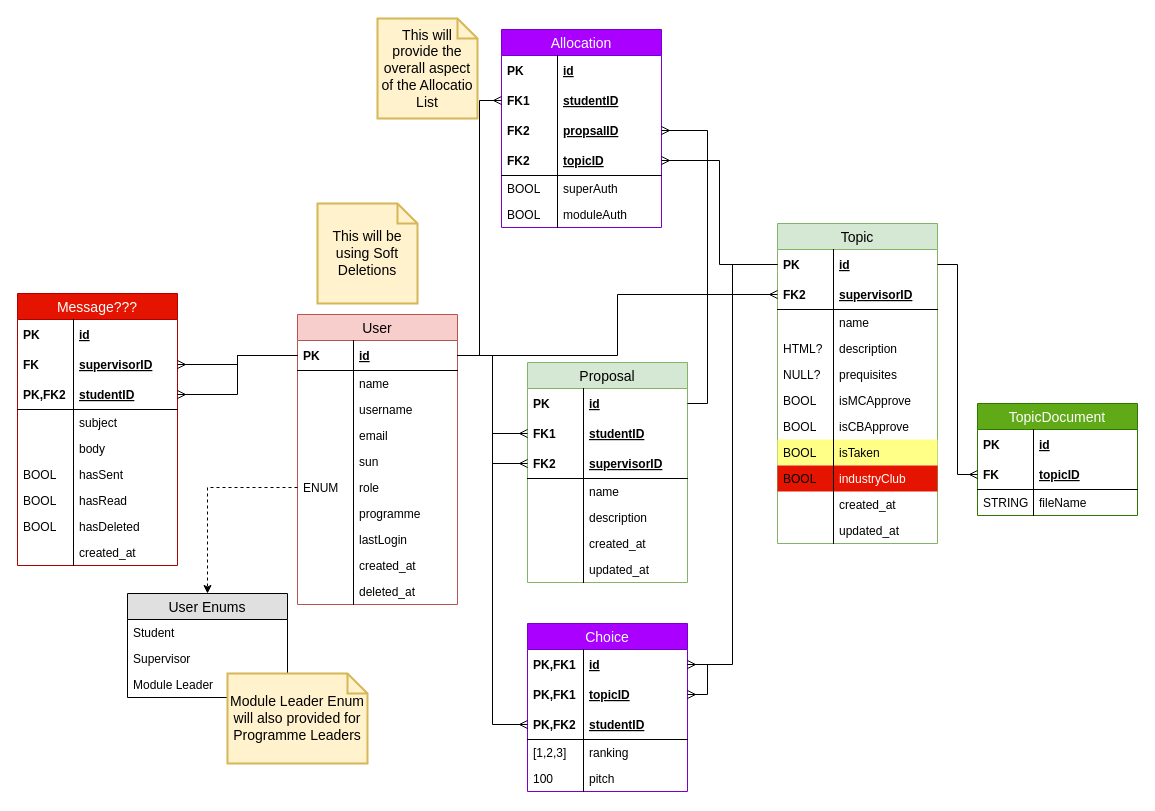
This is DB Diagram.drawio from kkgm13/fypallocsys, a draw.io file, before an edit. Source tidied: cells renumbered, new cells numbered last; positions are measured from the earlier drawing's top-left corner, leaving out a move shared by most shapes. Both pictures are drawn from the tidied source at 100%, with x=0, y=0 at pixel (17, 18).
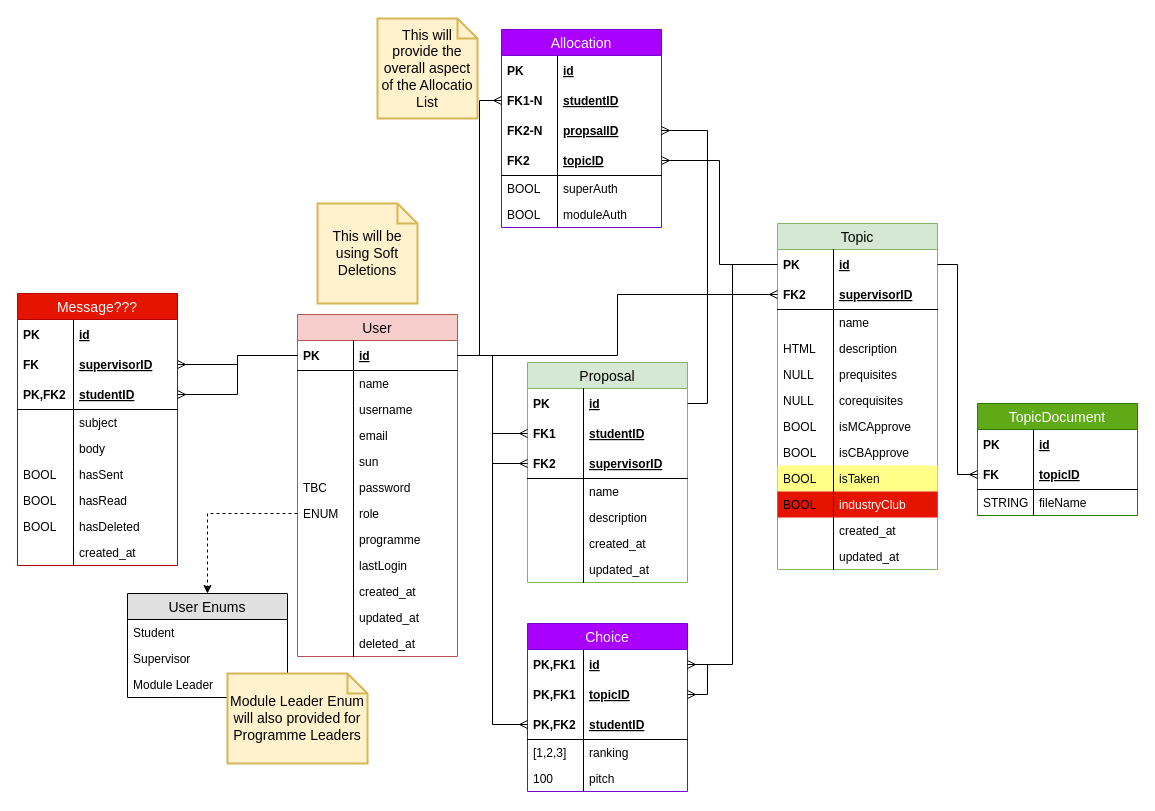
Above is the later version.

Unchanged cells that the change refers to:
```xml
<mxCell id="30" value="description" style="shape=partialRectangle;top=0;left=0;right=0;bottom=0;align=left;verticalAlign=top;fillColor=none;spacingLeft=60;spacingRight=4;overflow=hidden;fontSize=12;" parent="23" vertex="1">
  <mxGeometry y="112" width="160" height="26" as="geometry" />
</mxCell>
<mxCell id="32" value="prequisites" style="shape=partialRectangle;top=0;left=0;right=0;bottom=0;align=left;verticalAlign=top;fillColor=none;spacingLeft=60;spacingRight=4;overflow=hidden;fontSize=12;" parent="23" vertex="1">
  <mxGeometry y="138" width="160" height="26" as="geometry" />
</mxCell>
<mxCell id="50" value="studentID" style="shape=partialRectangle;top=0;left=0;right=0;bottom=0;align=left;verticalAlign=middle;fillColor=none;spacingLeft=60;spacingRight=4;overflow=hidden;points=[[0,0.5],[1,0.5]];portConstraint=eastwest;fontStyle=5;fontSize=12;" parent="47" vertex="1">
  <mxGeometry y="56" width="160" height="30" as="geometry" />
</mxCell>
<mxCell id="52" value="propsalID" style="shape=partialRectangle;top=0;left=0;right=0;bottom=0;align=left;verticalAlign=middle;fillColor=none;spacingLeft=60;spacingRight=4;overflow=hidden;points=[[0,0.5],[1,0.5]];portConstraint=eastwest;fontStyle=5;fontSize=12;" parent="47" vertex="1">
  <mxGeometry y="86" width="160" height="30" as="geometry" />
</mxCell>
```

Diff of the diagram source:
```diff
@@
     <mxCell id="2" value="User" style="swimlane;fontStyle=0;horizontal=1;startSize=26;fillColor=#f8cecc;swimlaneFillColor=#ffffff;align=center;fontSize=14;strokeColor=#b85450;" parent="1" vertex="1">
-      <mxGeometry x="280" y="296" width="160" height="290" as="geometry" />
+      <mxGeometry x="280" y="296" width="160" height="342" as="geometry" />
     </mxCell>
@@
+    <mxCell id="131" value="password" style="shape=partialRectangle;top=0;left=0;right=0;bottom=0;align=left;verticalAlign=top;fillColor=none;spacingLeft=60;spacingRight=4;overflow=hidden;fontSize=12;" parent="2" vertex="1">
+      <mxGeometry y="160" width="160" height="26" as="geometry" />
+    </mxCell>
+    <mxCell id="132" value="TBC" style="shape=partialRectangle;top=0;left=0;bottom=0;fillColor=none;align=left;verticalAlign=top;spacingLeft=4;spacingRight=4;overflow=hidden;fontSize=12;" parent="131" vertex="1">
+      <mxGeometry width="56" height="26" as="geometry" />
+    </mxCell>
     <mxCell id="13" value="role" style="shape=partialRectangle;top=0;left=0;right=0;bottom=0;align=left;verticalAlign=top;fillColor=none;spacingLeft=60;spacingRight=4;overflow=hidden;points=[[0,0.5],[1,0.5]];portConstraint=eastwest;fontSize=12;" parent="2" vertex="1">
-      <mxGeometry y="160" width="160" height="26" as="geometry" />
+      <mxGeometry y="186" width="160" height="26" as="geometry" />
     </mxCell>
@@
     <mxCell id="15" value="programme" style="shape=partialRectangle;top=0;left=0;right=0;bottom=0;align=left;verticalAlign=top;fillColor=none;spacingLeft=60;spacingRight=4;overflow=hidden;fontSize=12;" parent="2" vertex="1">
-      <mxGeometry y="186" width="160" height="26" as="geometry" />
+      <mxGeometry y="212" width="160" height="26" as="geometry" />
     </mxCell>
@@
     <mxCell id="17" value="lastLogin" style="shape=partialRectangle;top=0;left=0;right=0;bottom=0;align=left;verticalAlign=top;fillColor=none;spacingLeft=60;spacingRight=4;overflow=hidden;fontSize=12;" parent="2" vertex="1">
-      <mxGeometry y="212" width="160" height="26" as="geometry" />
+      <mxGeometry y="238" width="160" height="26" as="geometry" />
     </mxCell>
@@
     <mxCell id="19" value="created_at" style="shape=partialRectangle;top=0;left=0;right=0;bottom=0;align=left;verticalAlign=top;fillColor=none;spacingLeft=60;spacingRight=4;overflow=hidden;fontSize=12;" parent="2" vertex="1">
-      <mxGeometry y="238" width="160" height="26" as="geometry" />
+      <mxGeometry y="264" width="160" height="26" as="geometry" />
     </mxCell>
@@
+    <mxCell id="133" value="updated_at" style="shape=partialRectangle;top=0;left=0;right=0;bottom=0;align=left;verticalAlign=top;fillColor=none;spacingLeft=60;spacingRight=4;overflow=hidden;fontSize=12;" parent="2" vertex="1">
+      <mxGeometry y="290" width="160" height="26" as="geometry" />
+    </mxCell>
+    <mxCell id="134" style="shape=partialRectangle;top=0;left=0;bottom=0;fillColor=none;align=left;verticalAlign=top;spacingLeft=4;spacingRight=4;overflow=hidden;fontSize=12;" parent="133" vertex="1">
+      <mxGeometry width="56" height="26" as="geometry" />
+    </mxCell>
     <mxCell id="21" value="deleted_at" style="shape=partialRectangle;top=0;left=0;right=0;bottom=0;align=left;verticalAlign=top;fillColor=none;spacingLeft=60;spacingRight=4;overflow=hidden;fontSize=12;" parent="2" vertex="1">
-      <mxGeometry y="264" width="160" height="26" as="geometry" />
+      <mxGeometry y="316" width="160" height="26" as="geometry" />
     </mxCell>
@@
     <mxCell id="23" value="Topic" style="swimlane;fontStyle=0;horizontal=1;startSize=26;fillColor=#d5e8d4;swimlaneFillColor=#ffffff;align=center;fontSize=14;strokeColor=#82b366;" parent="1" vertex="1">
-      <mxGeometry x="760" y="205" width="160" height="320" as="geometry" />
+      <mxGeometry x="760" y="205" width="160" height="346" as="geometry" />
     </mxCell>
@@
-    <mxCell id="31" value="HTML?" style="shape=partialRectangle;top=0;left=0;bottom=0;fillColor=none;align=left;verticalAlign=top;spacingLeft=4;spacingRight=4;overflow=hidden;fontSize=12;" parent="30" vertex="1">
+    <mxCell id="31" value="HTML" style="shape=partialRectangle;top=0;left=0;bottom=0;fillColor=none;align=left;verticalAlign=top;spacingLeft=4;spacingRight=4;overflow=hidden;fontSize=12;" parent="30" vertex="1">
       <mxGeometry width="56" height="26" as="geometry" />
     </mxCell>
@@
-    <mxCell id="33" value="NULL?" style="shape=partialRectangle;top=0;left=0;bottom=0;fillColor=none;align=left;verticalAlign=top;spacingLeft=4;spacingRight=4;overflow=hidden;fontSize=12;" parent="32" vertex="1">
+    <mxCell id="33" value="NULL" style="shape=partialRectangle;top=0;left=0;bottom=0;fillColor=none;align=left;verticalAlign=top;spacingLeft=4;spacingRight=4;overflow=hidden;fontSize=12;" parent="32" vertex="1">
       <mxGeometry width="56" height="26" as="geometry" />
     </mxCell>
+    <mxCell id="135" value="corequisites" style="shape=partialRectangle;top=0;left=0;right=0;bottom=0;align=left;verticalAlign=top;fillColor=none;spacingLeft=60;spacingRight=4;overflow=hidden;fontSize=12;" parent="23" vertex="1">
+      <mxGeometry y="164" width="160" height="26" as="geometry" />
+    </mxCell>
+    <mxCell id="136" value="NULL" style="shape=partialRectangle;top=0;left=0;bottom=0;fillColor=none;align=left;verticalAlign=top;spacingLeft=4;spacingRight=4;overflow=hidden;fontSize=12;" parent="135" vertex="1">
+      <mxGeometry width="56" height="26" as="geometry" />
+    </mxCell>
     <mxCell id="34" value="isMCApprove" style="shape=partialRectangle;top=0;left=0;right=0;bottom=0;align=left;verticalAlign=top;fillColor=none;spacingLeft=60;spacingRight=4;overflow=hidden;fontSize=12;" parent="23" vertex="1">
-      <mxGeometry y="164" width="160" height="26" as="geometry" />
+      <mxGeometry y="190" width="160" height="26" as="geometry" />
     </mxCell>
@@
     <mxCell id="36" value="isCBApprove" style="shape=partialRectangle;top=0;left=0;right=0;bottom=0;align=left;verticalAlign=top;fillColor=none;spacingLeft=60;spacingRight=4;overflow=hidden;fontSize=12;" parent="23" vertex="1">
-      <mxGeometry y="190" width="160" height="26" as="geometry" />
+      <mxGeometry y="216" width="160" height="26" as="geometry" />
     </mxCell>
@@
     <mxCell id="38" value="isTaken" style="shape=partialRectangle;top=0;left=0;right=0;bottom=0;align=left;verticalAlign=top;fillColor=#ffff88;spacingLeft=60;spacingRight=4;overflow=hidden;fontSize=12;strokeColor=#36393d;" parent="23" vertex="1">
-      <mxGeometry y="216" width="160" height="26" as="geometry" />
+      <mxGeometry y="242" width="160" height="26" as="geometry" />
     </mxCell>
@@
     <mxCell id="40" value="industryClub" style="shape=partialRectangle;top=0;left=0;right=0;bottom=0;align=left;verticalAlign=top;fillColor=#e51400;spacingLeft=60;spacingRight=4;overflow=hidden;fontSize=12;strokeColor=#B20000;fontColor=#ffffff;" parent="23" vertex="1">
-      <mxGeometry y="242" width="160" height="26" as="geometry" />
+      <mxGeometry y="268" width="160" height="26" as="geometry" />
     </mxCell>
@@
     <mxCell id="42" value="created_at" style="shape=partialRectangle;top=0;left=0;right=0;bottom=0;align=left;verticalAlign=top;fillColor=none;spacingLeft=60;spacingRight=4;overflow=hidden;fontSize=12;" parent="23" vertex="1">
-      <mxGeometry y="268" width="160" height="26" as="geometry" />
+      <mxGeometry y="294" width="160" height="26" as="geometry" />
     </mxCell>
@@
     <mxCell id="44" value="updated_at" style="shape=partialRectangle;top=0;left=0;right=0;bottom=0;align=left;verticalAlign=top;fillColor=none;spacingLeft=60;spacingRight=4;overflow=hidden;fontSize=12;" parent="23" vertex="1">
-      <mxGeometry y="294" width="160" height="26" as="geometry" />
+      <mxGeometry y="320" width="160" height="26" as="geometry" />
     </mxCell>
@@
-    <mxCell id="51" value="FK1" style="shape=partialRectangle;fontStyle=1;top=0;left=0;bottom=0;fillColor=none;align=left;verticalAlign=middle;spacingLeft=4;spacingRight=4;overflow=hidden;fontSize=12;" parent="50" vertex="1">
+    <mxCell id="51" value="FK1-N" style="shape=partialRectangle;fontStyle=1;top=0;left=0;bottom=0;fillColor=none;align=left;verticalAlign=middle;spacingLeft=4;spacingRight=4;overflow=hidden;fontSize=12;" parent="50" vertex="1">
       <mxGeometry width="56" height="30" as="geometry" />
     </mxCell>
@@
-    <mxCell id="53" value="FK2" style="shape=partialRectangle;fontStyle=1;top=0;left=0;bottom=0;fillColor=none;align=left;verticalAlign=middle;spacingLeft=4;spacingRight=4;overflow=hidden;fontSize=12;" parent="52" vertex="1">
+    <mxCell id="53" value="FK2-N" style="shape=partialRectangle;fontStyle=1;top=0;left=0;bottom=0;fillColor=none;align=left;verticalAlign=middle;spacingLeft=4;spacingRight=4;overflow=hidden;fontSize=12;" parent="52" vertex="1">
       <mxGeometry width="56" height="30" as="geometry" />
     </mxCell>
```
